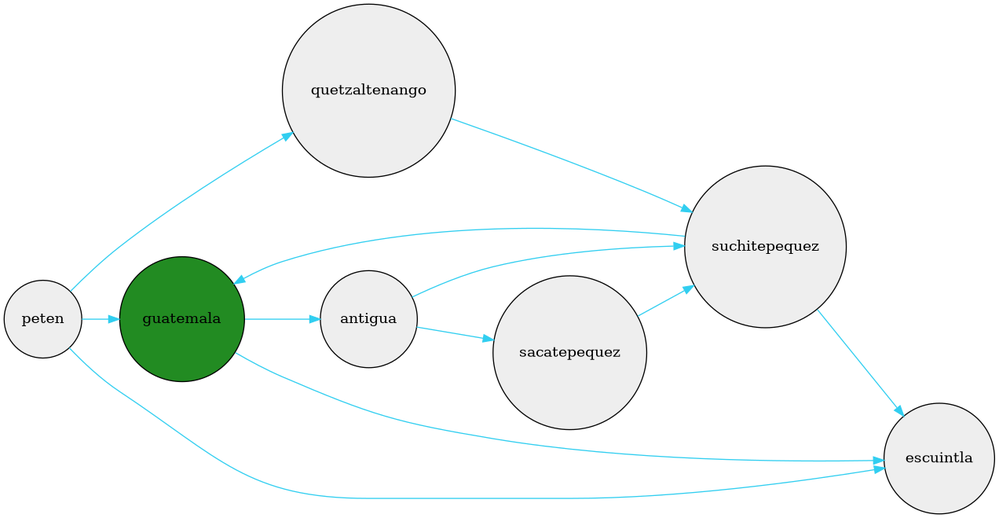
Fxhnd13/ProyectoFinalEstructuraDeDatos keeps this Graphviz diagram as build/classes/Images/grafo.png. Above is the earlier version. Its source is kept beside it as build/classes/Images/grafo.dot.
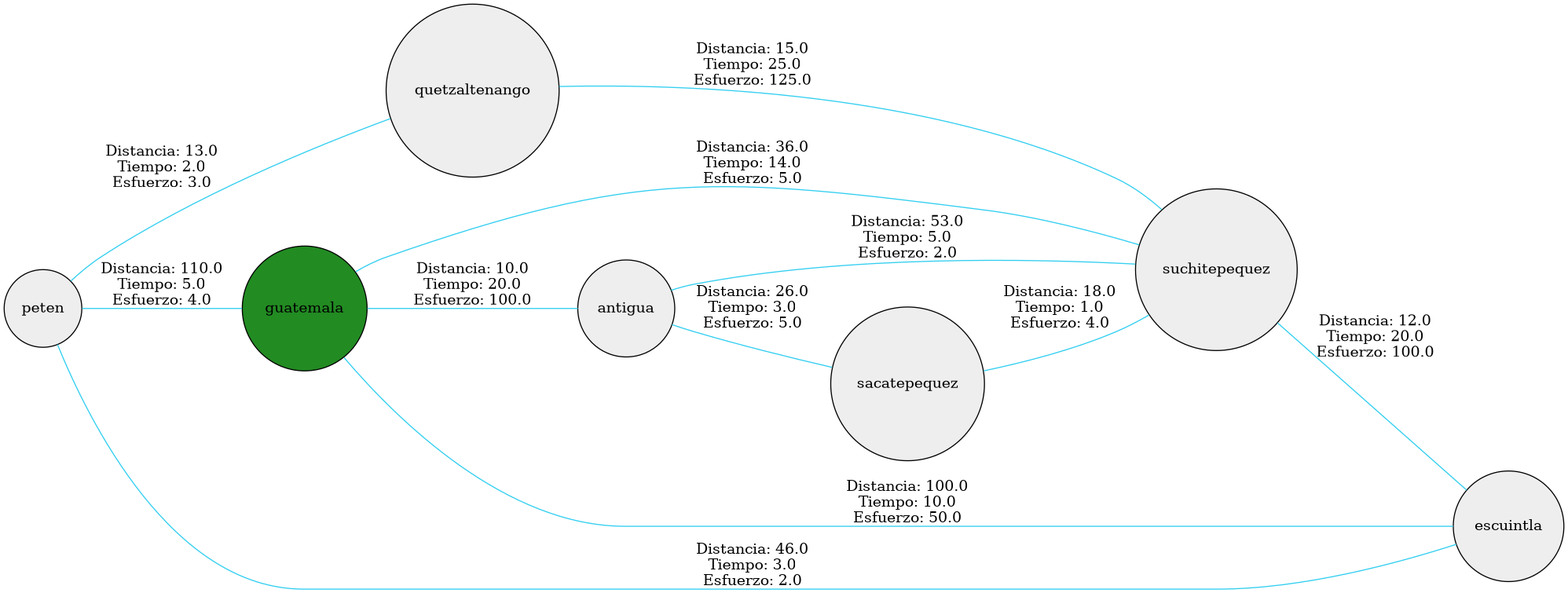
After the commit.

Change to the diagram source:
```diff
@@ -2,18 +2,40 @@
      node[shape=circle];
      node[style=filled];
      node[fillcolor="#EEEEEE"];
-     edge[color="#31CEF0"];
-     guatemala->escuintla;
-     guatemala->antigua;
-     suchitepequez->escuintla;
-     quetzaltenango->suchitepequez;
-     sacatepequez->suchitepequez;
-     peten->guatemala;
-     peten->quetzaltenango;
-     peten->escuintla;
-     suchitepequez->guatemala;
-     antigua->suchitepequez;
-     antigua->sacatepequez;
+     edge[color="#31CEF0"];     edge[arrowhead="none"];
+     guatemala->escuintla[label="Distancia: 100.0
+Tiempo: 10.0
+Esfuerzo: 50.0"];
+     guatemala->antigua[label="Distancia: 10.0
+Tiempo: 20.0
+Esfuerzo: 100.0"];
+     suchitepequez->escuintla[label="Distancia: 12.0
+Tiempo: 20.0
+Esfuerzo: 100.0"];
+     quetzaltenango->suchitepequez[label="Distancia: 15.0
+Tiempo: 25.0
+Esfuerzo: 125.0"];
+     sacatepequez->suchitepequez[label="Distancia: 18.0
+Tiempo: 1.0
+Esfuerzo: 4.0"];
+     peten->guatemala[label="Distancia: 110.0
+Tiempo: 5.0
+Esfuerzo: 4.0"];
+     peten->quetzaltenango[label="Distancia: 13.0
+Tiempo: 2.0
+Esfuerzo: 3.0"];
+     peten->escuintla[label="Distancia: 46.0
+Tiempo: 3.0
+Esfuerzo: 2.0"];
+     suchitepequez->guatemala[label="Distancia: 36.0
+Tiempo: 14.0
+Esfuerzo: 5.0"];
+     antigua->suchitepequez[label="Distancia: 53.0
+Tiempo: 5.0
+Esfuerzo: 2.0"];
+     antigua->sacatepequez[label="Distancia: 26.0
+Tiempo: 3.0
+Esfuerzo: 5.0"];
      guatemala[fillcolor="forestgreen"];
      rankdir=LR;
 }
```
